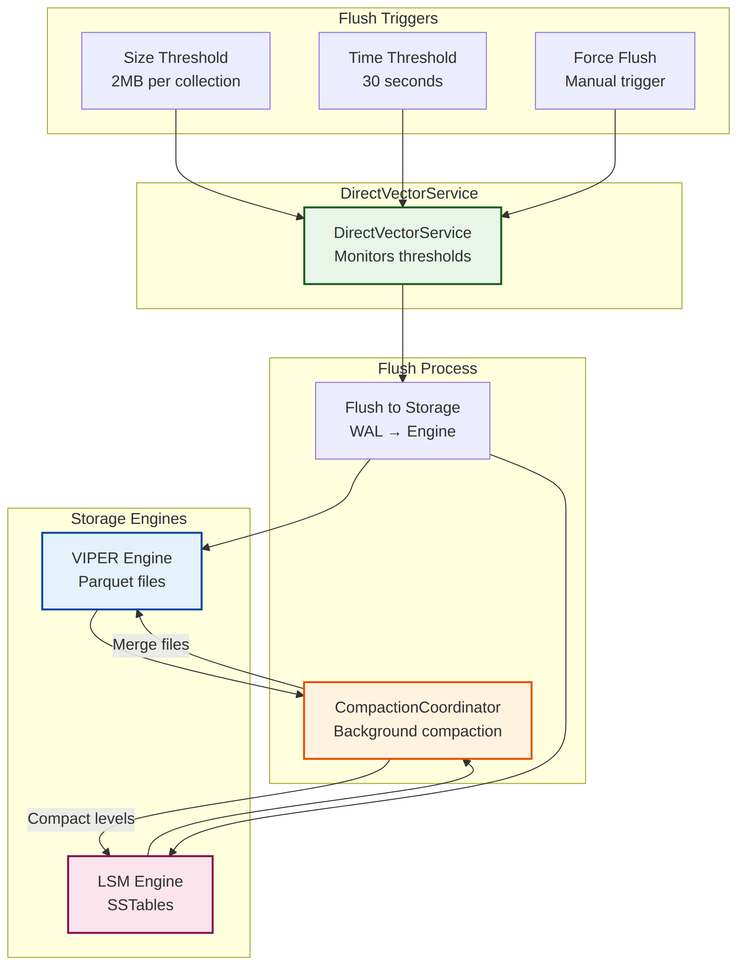
The Mermaid diagram docs/diagrams/images/compaction-triggers.png in vjsingh1984/proximaDB, before a commit. Its source is kept beside it as docs/diagrams/compaction-triggers.mmd. The source it was exported from:
```mermaid
flowchart TB
    subgraph "Flush Triggers"
        SIZE[Size Threshold<br/>2MB per collection]
        TIME[Time Threshold<br/>30 seconds]
        FORCE[Force Flush<br/>Manual trigger]
    end

    subgraph "DirectVectorService"
        DVS[DirectVectorService<br/>Monitors thresholds]
    end

    subgraph "Flush Process"
        FLUSH[Flush to Storage<br/>WAL → Engine]
        COMPACT[CompactionCoordinator<br/>Background compaction]
    end

    subgraph "Storage Engines"
        VIPER[VIPER Engine<br/>Parquet files]
        LSM[LSM Engine<br/>SSTables]
    end

    SIZE --> DVS
    TIME --> DVS
    FORCE --> DVS

    DVS --> FLUSH
    FLUSH --> VIPER
    FLUSH --> LSM

    VIPER --> COMPACT
    LSM --> COMPACT

    COMPACT -->|Merge files| VIPER
    COMPACT -->|Compact levels| LSM

    style DVS fill:#e8f5e9,stroke:#1b5e20,stroke-width:2px
    style COMPACT fill:#fff3e0,stroke:#e65100,stroke-width:2px
    style VIPER fill:#e3f2fd,stroke:#0d47a1,stroke-width:2px
    style LSM fill:#fce4ec,stroke:#880e4f,stroke-width:2px
```
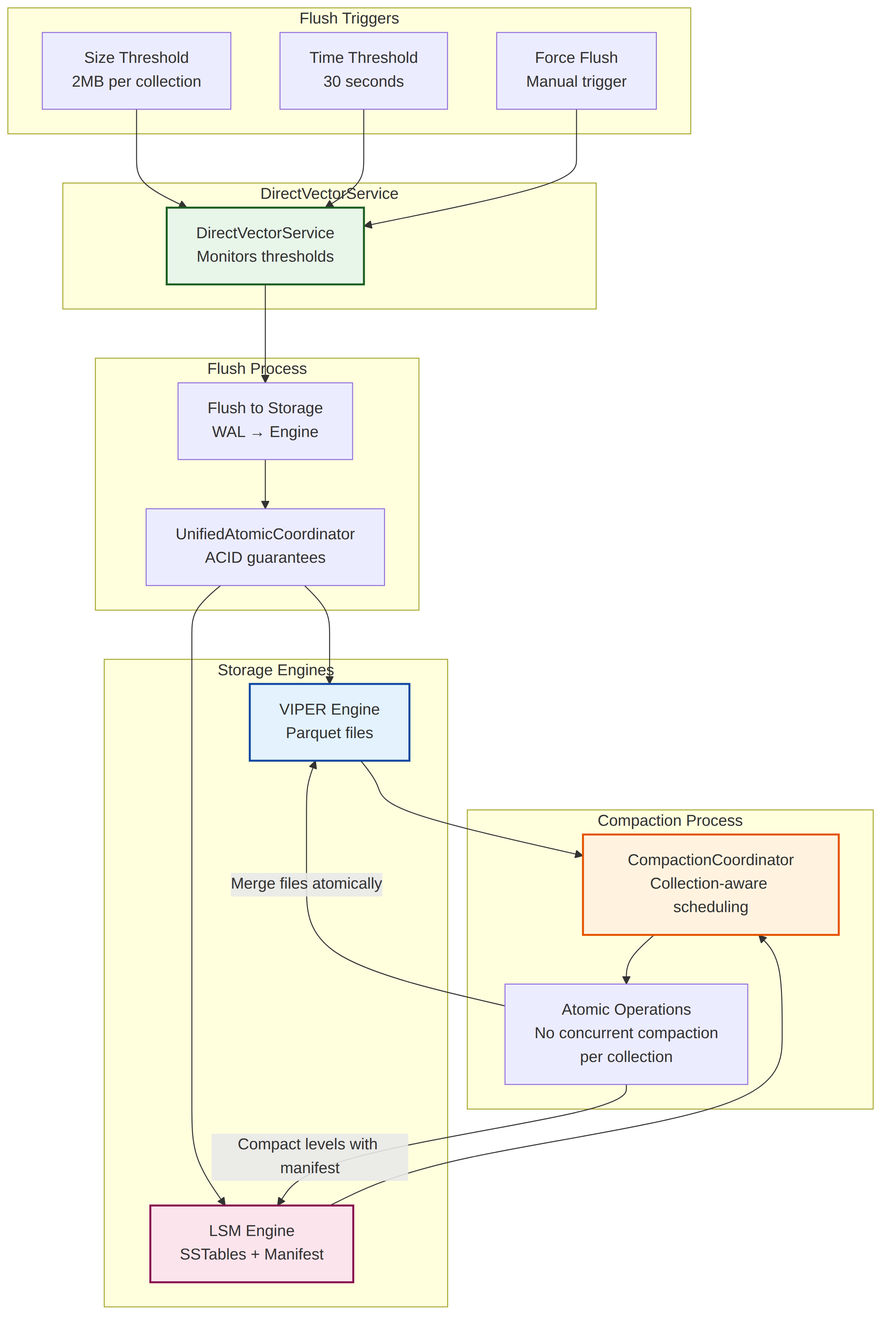
The same file after the commit.

What changed in the source:
```diff
@@ -11,12 +11,17 @@
 
     subgraph "Flush Process"
         FLUSH[Flush to Storage<br/>WAL → Engine]
-        COMPACT[CompactionCoordinator<br/>Background compaction]
+        UAC[UnifiedAtomicCoordinator<br/>ACID guarantees]
+    end
+
+    subgraph "Compaction Process"
+        COMPACT[CompactionCoordinator<br/>Collection-aware scheduling]
+        ATOMIC[Atomic Operations<br/>No concurrent compaction<br/>per collection]
     end
 
     subgraph "Storage Engines"
         VIPER[VIPER Engine<br/>Parquet files]
-        LSM[LSM Engine<br/>SSTables]
+        LSM[LSM Engine<br/>SSTables + Manifest]
     end
 
     SIZE --> DVS
@@ -24,14 +29,16 @@
     FORCE --> DVS
 
     DVS --> FLUSH
-    FLUSH --> VIPER
-    FLUSH --> LSM
+    FLUSH --> UAC
+    UAC --> VIPER
+    UAC --> LSM
 
     VIPER --> COMPACT
     LSM --> COMPACT
 
-    COMPACT -->|Merge files| VIPER
-    COMPACT -->|Compact levels| LSM
+    COMPACT --> ATOMIC
+    ATOMIC -->|Merge files atomically| VIPER
+    ATOMIC -->|Compact levels with manifest| LSM
 
     style DVS fill:#e8f5e9,stroke:#1b5e20,stroke-width:2px
     style COMPACT fill:#fff3e0,stroke:#e65100,stroke-width:2px
```
